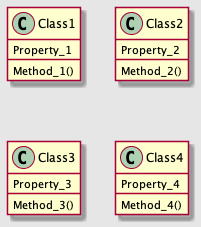
Earlier version of the PlantUML export .gitbook/assets/Organization16_1_hide.png (unifiedcompliance/compliance-as-code-book).
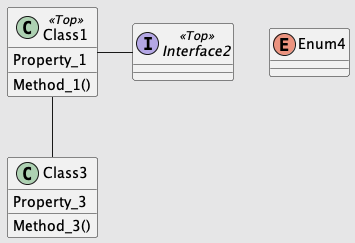
Later version of the same file.

What changed in the source:
```diff
@@ -1,24 +1,21 @@
 @startuml
 skinparam BackgroundColor #E6E6E7
 
-class Class1 {
+class Class1 <<Top>> {
   Method_1()
   Property_1
 }
 
-class Class2 {
-  Method_2()
-  Property_2
-}
+interface Interface2 <<Top>>
 
 class Class3 {
   Method_3()
   Property_3
 }
 
-class Class4 {
-  Method_4()
-  Property_4
-}
+enum Enum4
+
+Class1 -  Interface2
+Class1 -- Class3
 
 @enduml
```
